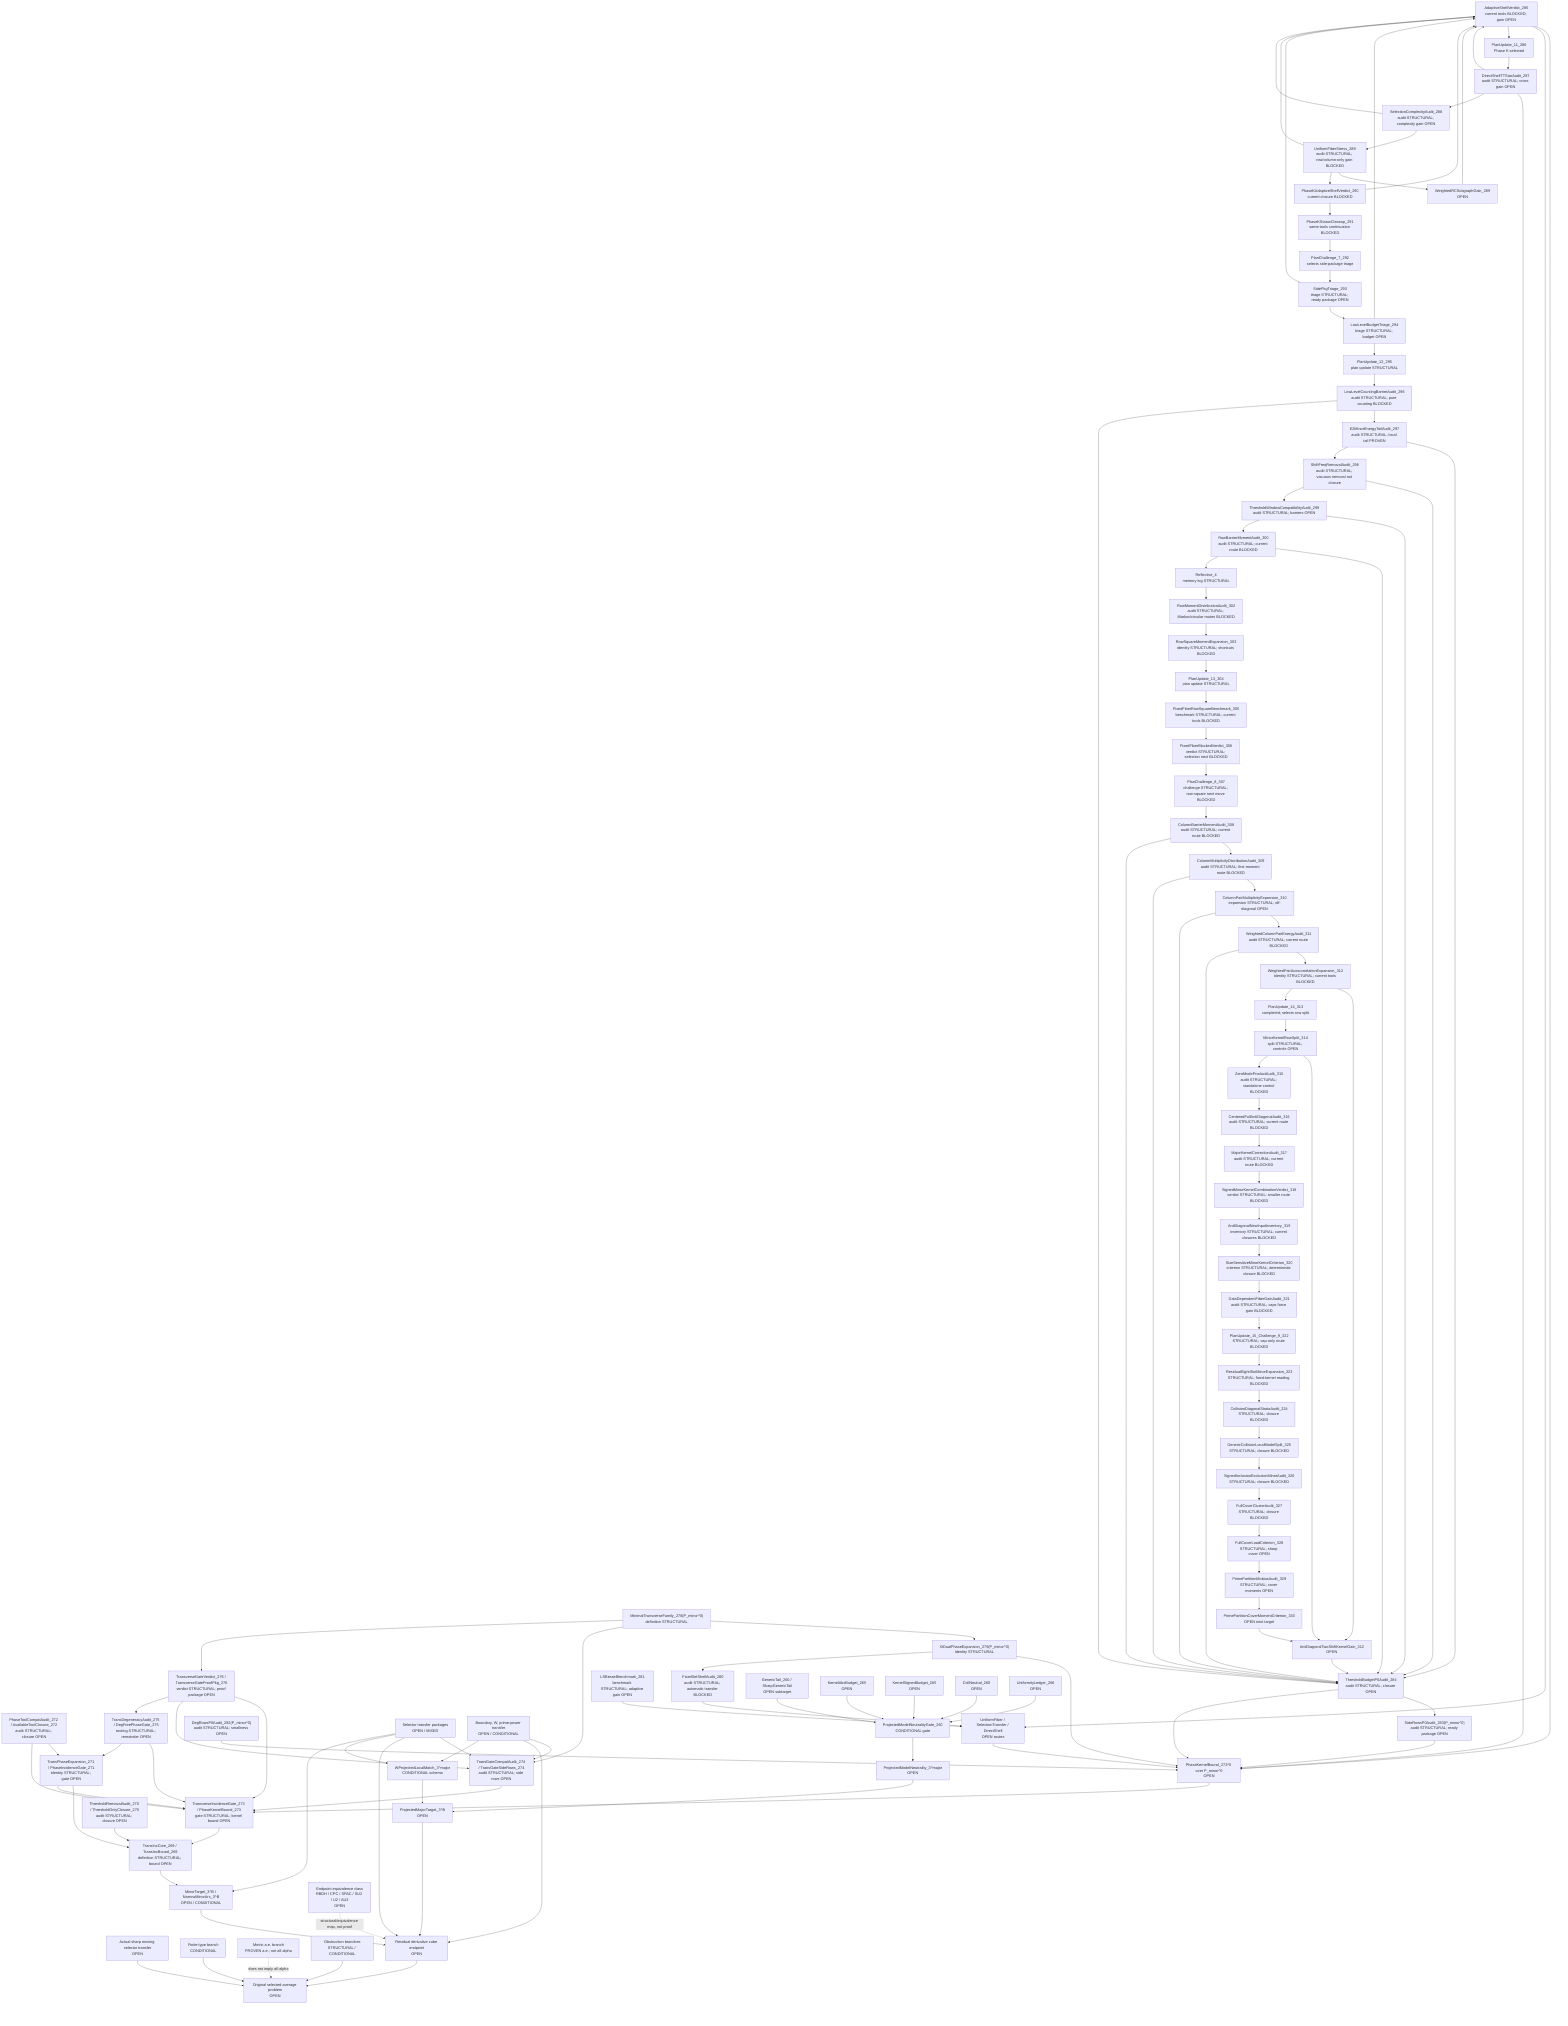
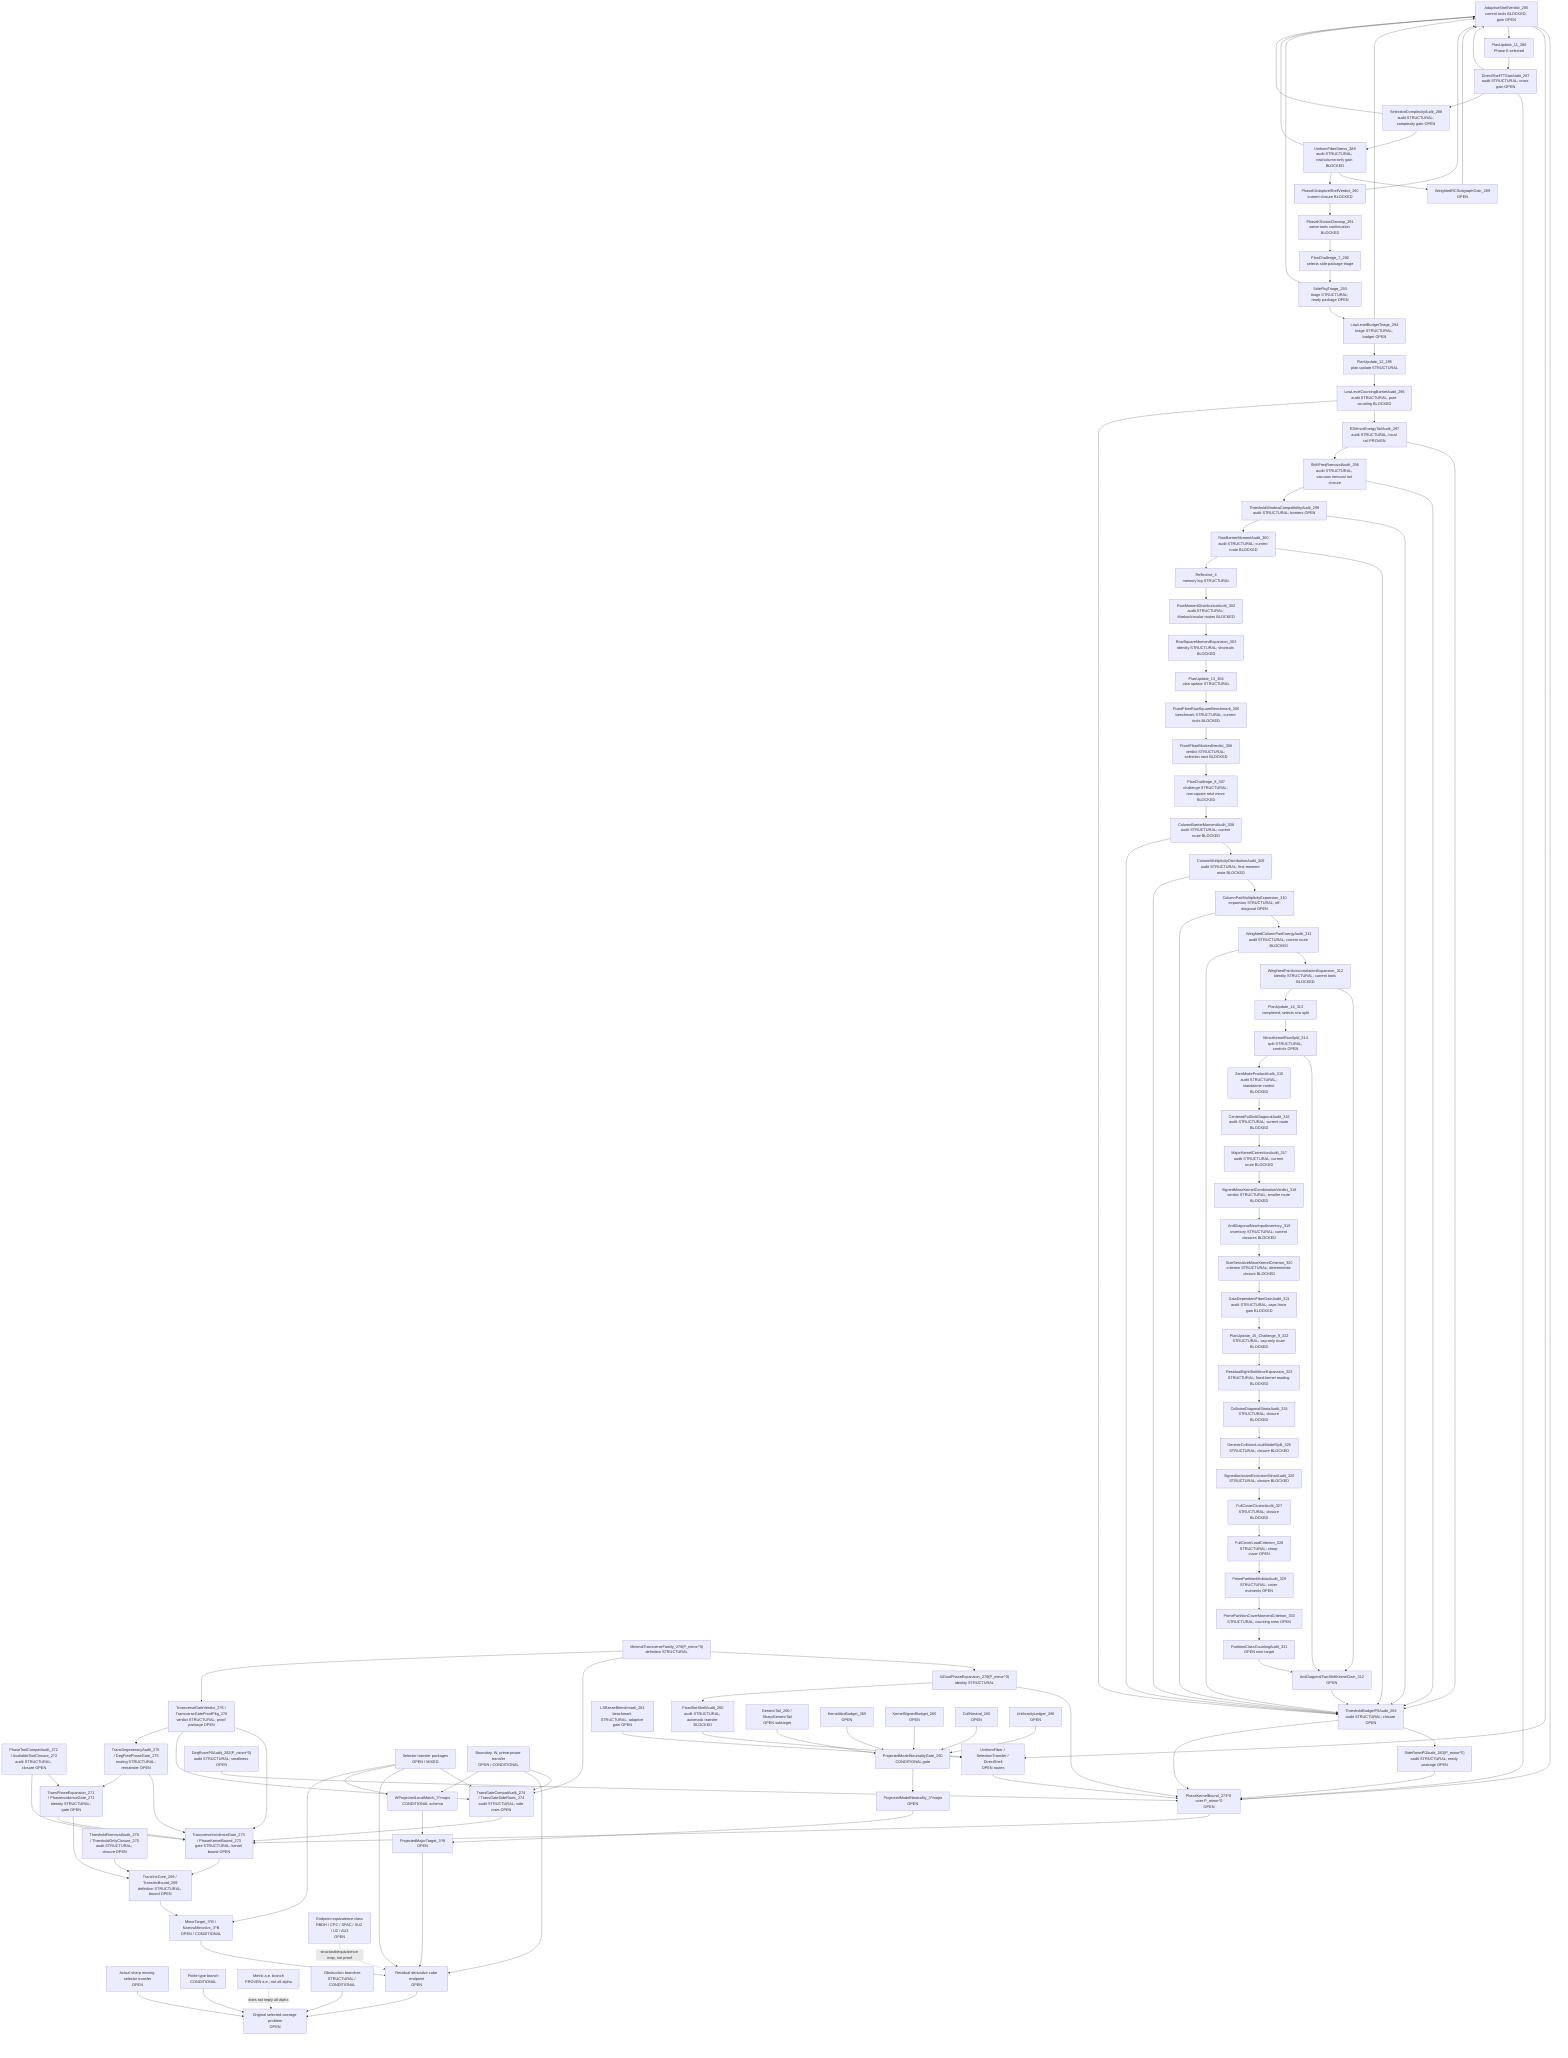
flowchart TD
  Original["Original selected-average problem<br/>OPEN"]
  SharpSel["Actual sharp moving selector transfer<br/>OPEN"]
  FiniteType["Finite-type branch<br/>CONDITIONAL"]
  Metric["Metric a.e. branch<br/>PROVEN a.e.; not all-alpha"]
  Obstruction["Obstruction branches<br/>STRUCTURAL / CONDITIONAL"]

  ResCube["Residual derivative cube endpoint<br/>OPEN"]
  MajorTarget["ProjectedMajorTarget_3^B<br/>OPEN"]
  MinorTarget["MinorTarget_3^B / NarrowMinorArc_3^B<br/>OPEN / CONDITIONAL"]
  TransInc["TransIncCore_269 / TransIncBound_269<br/>definition STRUCTURAL; bound OPEN"]
  ThresholdAudit["ThresholdRemovalAudit_270 / ThresholdOnlyClosure_270<br/>audit STRUCTURAL; closure OPEN"]
  PhaseExpansion["TransPhaseExpansion_271 / PhaseIncidenceGate_271<br/>identity STRUCTURAL; gate OPEN"]
  ToolCompat["PhaseToolCompatAudit_272 / AvailableToolClosure_272<br/>audit STRUCTURAL; closure OPEN"]
  TransGate["TransverseIncidenceGate_273 / PhaseKernelBound_273<br/>gate STRUCTURAL; kernel bound OPEN"]
  TransGateCompat["TransGateCompatAudit_274 / TransGateSideRows_274<br/>audit STRUCTURAL; side rows OPEN"]
  DegAudit["TransDegeneracyAudit_275 / DegFreePhaseGate_275<br/>routing STRUCTURAL; remainder OPEN"]
  TransVerdict["TransverseGateVerdict_276 / TransverseGateProofPkg_276<br/>verdict STRUCTURAL; proof package OPEN"]
  MinTransFamily["MinimalTransverseFamily_278(P_minor^0)<br/>definition STRUCTURAL"]
  XiExpansion["XiDualPhaseExpansion_279(P_minor^0)<br/>identity STRUCTURAL"]
  FixedShellAudit["FixedSetShellAudit_280<br/>audit STRUCTURAL; automatic transfer BLOCKED"]
  FixedShellTransfer["UniformFiber / SelectionTransfer / DirectShell<br/>OPEN routes"]
  LSBesselBench["LSBesselBenchmark_281<br/>benchmark STRUCTURAL; adaptive gain OPEN"]
  DegRowsP0["DegRowsP0Audit_282(P_minor^0)<br/>audit STRUCTURAL; smallness OPEN"]
  SideRowsP0["SideRowsP0Audit_283(P_minor^0)<br/>audit STRUCTURAL; ready package OPEN"]
  ThresholdP0["ThresholdBudgetP0Audit_284<br/>audit STRUCTURAL; closure OPEN"]
  AdaptiveShellP0["AdaptiveShellVerdict_285<br/>current tools BLOCKED; gain OPEN"]
  PlanUpdate11["PlanUpdate_11_286<br/>Phase K selected"]
  DirectTTStar["DirectShellTTStarAudit_287<br/>audit STRUCTURAL; cross gain OPEN"]
  SelectionComplexity["SelectionComplexityAudit_288<br/>audit STRUCTURAL; complexity gain OPEN"]
  UniformFiberStress["UniformFiberStress_289<br/>audit STRUCTURAL; row/column-only gain BLOCKED"]
  WeightedRCSubgraph["WeightedRCSubgraphGain_289<br/>OPEN"]
  AdaptiveVerdict290["PhaseKAdaptiveShellVerdict_290<br/>current closure BLOCKED"]
  PhaseKCleanup291["PhaseKStatusCleanup_291<br/>same-tools continuation BLOCKED"]
  PlanChallenge7["PlanChallenge_7_292<br/>selects side-package triage"]
  SidePkgTriage293["SidePkgTriage_293<br/>triage STRUCTURAL; ready package OPEN"]
  LowLevelTriage294["LowLevelBudgetTriage_294<br/>triage STRUCTURAL; budget OPEN"]
  PlanUpdate12["PlanUpdate_12_295<br/>plan update STRUCTURAL"]
  LowLevelBarrier296["LowLevelCountingBarrierAudit_296<br/>audit STRUCTURAL; pure counting BLOCKED"]
  E2Tail297["E2MinorEnergyTailAudit_297<br/>audit STRUCTURAL; local tail PROVEN"]
  ShiftFreq298["ShiftFreqRemovalAudit_298<br/>audit STRUCTURAL; vacuous removal not closure"]
  ThresholdWindow299["ThresholdWindowCompatibilityAudit_299<br/>audit STRUCTURAL; barriers OPEN"]
  RowBarrier300["RowBarrierMomentAudit_300<br/>audit STRUCTURAL; current route BLOCKED"]
  Reflective4["Reflective_4<br/>memory log STRUCTURAL"]
  RowMoment302["RowMomentDistributionAudit_302<br/>audit STRUCTURAL; Markov/circular routes BLOCKED"]
  RowSquare303["RowSquareMomentExpansion_303<br/>identity STRUCTURAL; shortcuts BLOCKED"]
  PlanUpdate13["PlanUpdate_13_304<br/>plan update STRUCTURAL"]
  FixedFiber305["FixedFiberRowSquareBenchmark_305<br/>benchmark STRUCTURAL; current tools BLOCKED"]
  FixedFiber306["FixedFiberBlockedVerdict_306<br/>verdict STRUCTURAL; selection next BLOCKED"]
  PlanChallenge8["PlanChallenge_8_307<br/>challenge STRUCTURAL; row-square next move BLOCKED"]
  ColumnBarrier308["ColumnBarrierMomentAudit_308<br/>audit STRUCTURAL; current route BLOCKED"]
  ColumnDist309["ColumnMultiplicityDistributionAudit_309<br/>audit STRUCTURAL; first-moment route BLOCKED"]
  ColumnPair310["ColumnPairMultiplicityExpansion_310<br/>expansion STRUCTURAL; off-diagonal OPEN"]
  WPair311["WeightedColumnPairEnergyAudit_311<br/>audit STRUCTURAL; current route BLOCKED"]
  AutoCorr312["WeightedPairAutocorrelationExpansion_312<br/>identity STRUCTURAL; current tools BLOCKED"]
  AntiDiag312["AntiDiagonalTwoShiftKernelGain_312<br/>OPEN"]
  PlanUpdate14["PlanUpdate_14_313<br/>completed; selects row split"]
  MinorKernel314["MinorKernelRowSplit_314<br/>split STRUCTURAL; controls OPEN"]
  ZeroAudit315["ZeroModeProductAudit_315<br/>audit STRUCTURAL; standalone control BLOCKED"]
  CenteredFull316["CenteredFullAntiDiagonalAudit_316<br/>audit STRUCTURAL; current route BLOCKED"]
  MajorCorr317["MajorKernelCorrectionAudit_317<br/>audit STRUCTURAL; current route BLOCKED"]
  SignedVerdict318["SignedMinorKernelCombinationVerdict_318<br/>verdict STRUCTURAL; smaller route BLOCKED"]
  NewInput319["AntiDiagonalNewInputInventory_319<br/>inventory STRUCTURAL; current closures BLOCKED"]
  SizeSensitive320["SizeSensitiveMinorKernelCriterion_320<br/>criterion STRUCTURAL; deterministic closure BLOCKED"]
  FiberGain321["DataDependentFiberGainAudit_321<br/>audit STRUCTURAL; caps force gain BLOCKED"]
  Plan322["PlanUpdate_15_Challenge_9_322<br/>STRUCTURAL; cap-only route BLOCKED"]
  ResidualEight323["ResidualEightSlotMinorExpansion_323<br/>STRUCTURAL; fixed-kernel reading BLOCKED"]
  Collision324["CollisionDiagonalStrataAudit_324<br/>STRUCTURAL; closure BLOCKED"]
  GenericSplit325["GenericCollisionLocalModelSplit_325<br/>STRUCTURAL; closure BLOCKED"]
  SignedIE326["SignedInclusionExclusionMinorAudit_326<br/>STRUCTURAL; closure BLOCKED"]
  FullCover327["FullCoverClusterAudit_327<br/>STRUCTURAL; closure BLOCKED"]
  CoverLoad328["FullCoverLoadCriterion_328<br/>STRUCTURAL; sharp cover OPEN"]
  PrimeMobius329["PrimePartitionMobiusAudit_329<br/>STRUCTURAL; cover moments OPEN"]
-   CoverMoment330["PrimePartitionCoverMomentCriterion_330<br/>OPEN next target"]
+   CoverMoment330["PrimePartitionCoverMomentCriterion_330<br/>STRUCTURAL; counting rows OPEN"]
+   PartitionCount331["PartitionClassCountingAudit_331<br/>OPEN next target"]
  PhaseKernel0["PhaseKernelBound_273^0 over P_minor^0<br/>OPEN"]
  SelectorTransfer["Selector transfer packages<br/>OPEN / MIXED"]
  BoundaryTransfer["Boundary, W, prime-power transfer<br/>OPEN / CONDITIONAL"]

  WLocal["WProjectedLocalMatch_3^major<br/>CONDITIONAL schema"]
  ModelNeutral["ProjectedModelNeutrality_3^major<br/>OPEN"]
  PMNGate["ProjectedModelNeutralityGate_260<br/>CONDITIONAL gate"]
  GenericTail["GenericTail_260 / SharpGenericTail<br/>OPEN subtarget"]
  KernelAbs["KernelAbsBudget_265<br/>OPEN"]
  KernelSigned["KernelSignedBudget_265<br/>OPEN"]
  CollNeutral["CollNeutral_260<br/>OPEN"]
  Uniformity["UniformityLedger_266<br/>OPEN"]

  EndpointClass["Endpoint equivalence class<br/>RBDH / CPC / SPAC / SU2 / U2 / AU3<br/>OPEN"]

  SharpSel --> Original
  FiniteType --> Original
  Obstruction --> Original
  ResCube --> Original
  Metric -. "does not imply all-alpha" .-> Original

  MajorTarget --> ResCube
  MinorTarget --> ResCube
  TransInc --> MinorTarget
  ThresholdAudit --> TransInc
  PhaseExpansion --> TransInc
  ToolCompat --> PhaseExpansion
  TransGate --> TransInc
  PhaseExpansion --> TransGate
  ToolCompat --> TransGate
  TransGateCompat --> TransGate
  SelectorTransfer --> TransGateCompat
  BoundaryTransfer --> TransGateCompat
  DegAudit --> TransGate
  DegAudit --> PhaseExpansion
  TransVerdict --> TransGate
  TransVerdict --> TransGateCompat
  TransVerdict --> DegAudit
  PhaseKernel0 --> TransGate
  MinTransFamily --> XiExpansion
  XiExpansion --> PhaseKernel0
  XiExpansion --> FixedShellAudit
  FixedShellAudit --> FixedShellTransfer
  FixedShellTransfer --> PhaseKernel0
  LSBesselBench --> FixedShellTransfer
  DegRowsP0 --> PhaseKernel0
  SideRowsP0 --> PhaseKernel0
  ThresholdP0 --> SideRowsP0
  ThresholdP0 --> PhaseKernel0
  AdaptiveShellP0 --> PhaseKernel0
  AdaptiveShellP0 --> FixedShellTransfer
  AdaptiveShellP0 --> PlanUpdate11
  PlanUpdate11 --> DirectTTStar
  DirectTTStar --> AdaptiveShellP0
  DirectTTStar --> PhaseKernel0
  DirectTTStar --> SelectionComplexity
  SelectionComplexity --> UniformFiberStress
  SelectionComplexity --> AdaptiveShellP0
  UniformFiberStress --> WeightedRCSubgraph
  WeightedRCSubgraph --> AdaptiveShellP0
  UniformFiberStress --> AdaptiveVerdict290
  UniformFiberStress --> AdaptiveShellP0
  AdaptiveVerdict290 --> AdaptiveShellP0
  AdaptiveVerdict290 --> PhaseKCleanup291
  PhaseKCleanup291 --> PlanChallenge7
  PlanChallenge7 --> SidePkgTriage293
  SidePkgTriage293 --> LowLevelTriage294
  SidePkgTriage293 --> AdaptiveShellP0
  LowLevelTriage294 --> AdaptiveShellP0
  LowLevelTriage294 --> PlanUpdate12
  PlanUpdate12 --> LowLevelBarrier296
  LowLevelBarrier296 --> E2Tail297
  LowLevelBarrier296 --> ThresholdP0
  E2Tail297 --> ThresholdP0
  E2Tail297 --> ShiftFreq298
  ShiftFreq298 --> ThresholdP0
  ShiftFreq298 --> ThresholdWindow299
  ThresholdWindow299 --> ThresholdP0
  ThresholdWindow299 --> RowBarrier300
  RowBarrier300 --> ThresholdP0
  RowBarrier300 --> Reflective4
  Reflective4 --> RowMoment302
  RowMoment302 --> RowSquare303
  RowSquare303 --> PlanUpdate13
  PlanUpdate13 --> FixedFiber305
  FixedFiber305 --> FixedFiber306
  FixedFiber306 --> PlanChallenge8
  PlanChallenge8 --> ColumnBarrier308
  ColumnBarrier308 --> ColumnDist309
  ColumnDist309 --> ColumnPair310
  ColumnPair310 --> WPair311
  WPair311 --> AutoCorr312
  AutoCorr312 --> AntiDiag312
  AntiDiag312 --> ThresholdP0
  AutoCorr312 --> PlanUpdate14
  PlanUpdate14 --> MinorKernel314
  MinorKernel314 --> AntiDiag312
  MinorKernel314 --> ZeroAudit315
  ZeroAudit315 --> CenteredFull316
  CenteredFull316 --> MajorCorr317
  MajorCorr317 --> SignedVerdict318
  SignedVerdict318 --> NewInput319
  NewInput319 --> SizeSensitive320
  SizeSensitive320 --> FiberGain321
  FiberGain321 --> Plan322
  Plan322 --> ResidualEight323
  ResidualEight323 --> Collision324
  Collision324 --> GenericSplit325
  GenericSplit325 --> SignedIE326
  SignedIE326 --> FullCover327
  FullCover327 --> CoverLoad328
  CoverLoad328 --> PrimeMobius329
  PrimeMobius329 --> CoverMoment330
-   CoverMoment330 --> AntiDiag312
+   CoverMoment330 --> PartitionCount331
+   PartitionCount331 --> AntiDiag312
  WPair311 --> ThresholdP0
  ColumnPair310 --> ThresholdP0
  ColumnDist309 --> ThresholdP0
  ColumnBarrier308 --> ThresholdP0
  MinTransFamily --> TransGateCompat
  MinTransFamily --> TransVerdict
  SelectorTransfer --> ResCube
  BoundaryTransfer --> ResCube
  EndpointClass -. "structural/equivalence map, not proof" .-> ResCube

  WLocal --> MajorTarget
  ModelNeutral --> MajorTarget

  PMNGate --> ModelNeutral
  GenericTail --> PMNGate
  KernelAbs --> PMNGate
  KernelSigned --> PMNGate
  CollNeutral --> PMNGate
  Uniformity --> PMNGate

  BoundaryTransfer --> WLocal
  SelectorTransfer --> WLocal
  SelectorTransfer --> MinorTarget
